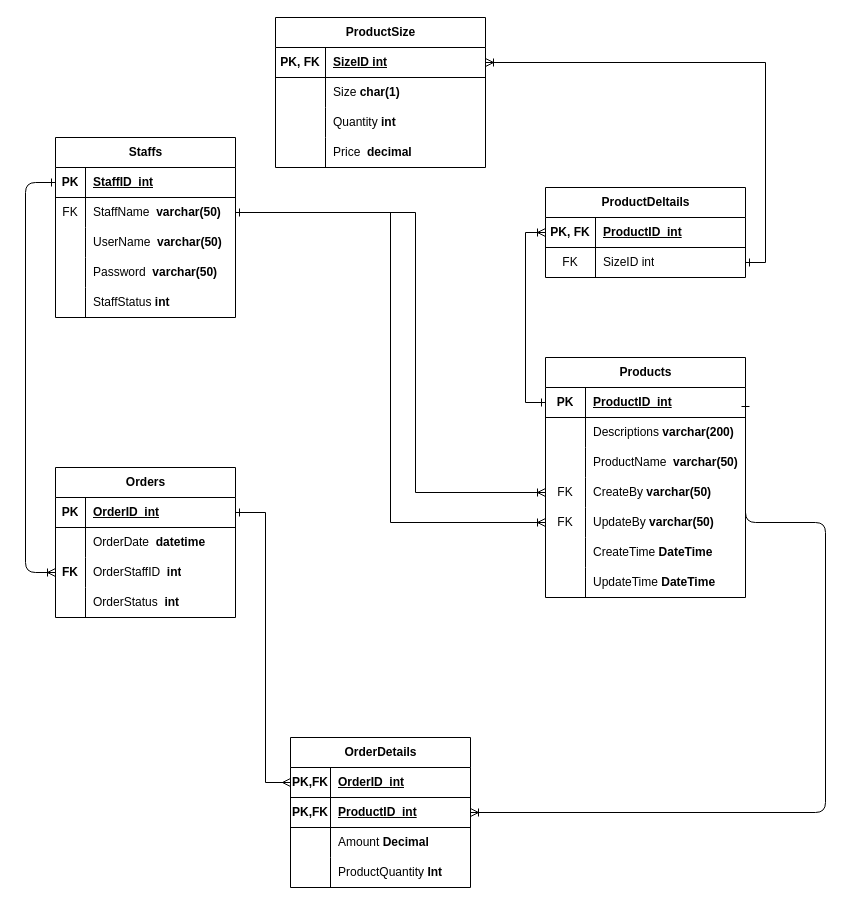
Before: page "ERDPhysic" (2 of 2) of Diagram/Entity_Relationship_Diagram/ERD1.drawio in NDuc-Dev/Project-1, a draw.io diagram. Source tidied: cells renumbered, new cells numbered last; positions are measured from the earlier drawing's top-left corner, leaving out a move shared by most shapes. Both pictures are drawn from the tidied source at 100%, with x=0, y=0 at pixel (25, 17).
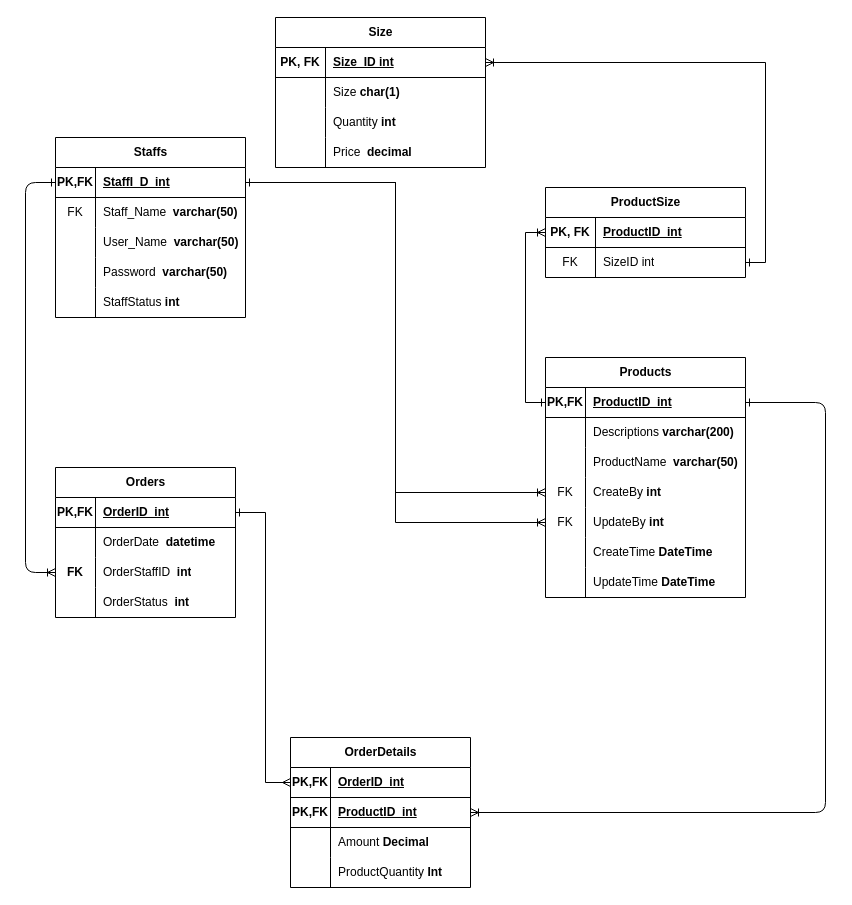
The same diagram, later.

The change refers to these unchanged cells:
```xml
<mxCell id="3" style="shape=tableRow;horizontal=0;startSize=0;swimlaneHead=0;swimlaneBody=0;fillColor=none;points=[[0,0.5],[1,0.5]];portConstraint=eastwest;top=0;left=0;right=0;bottom=1;" parent="2" vertex="1">
  <mxGeometry y="30" width="200" height="30" as="geometry" />
</mxCell>
<mxCell id="12" style="shape=tableRow;horizontal=0;startSize=0;swimlaneHead=0;swimlaneBody=0;fillColor=none;points=[[0,0.5],[1,0.5]];portConstraint=eastwest;top=0;left=0;right=0;bottom=0;" parent="2" vertex="1">
  <mxGeometry y="120" width="200" height="30" as="geometry" />
</mxCell>
<mxCell id="15" style="shape=tableRow;horizontal=0;startSize=0;swimlaneHead=0;swimlaneBody=0;fillColor=none;points=[[0,0.5],[1,0.5]];portConstraint=eastwest;top=0;left=0;right=0;bottom=0;" parent="2" vertex="1">
  <mxGeometry y="150" width="200" height="30" as="geometry" />
</mxCell>
<mxCell id="41" style="shape=tableRow;horizontal=0;startSize=0;swimlaneHead=0;swimlaneBody=0;fillColor=none;points=[[0,0.5],[1,0.5]];portConstraint=eastwest;top=0;left=0;right=0;bottom=1;" parent="40" vertex="1">
  <mxGeometry y="30" width="180" height="30" as="geometry" />
</mxCell>
<mxCell id="44" style="shape=tableRow;horizontal=0;startSize=0;swimlaneHead=0;swimlaneBody=0;fillColor=none;top=0;left=0;right=0;bottom=0;" parent="40" vertex="1">
  <mxGeometry y="60" width="180" height="30" as="geometry" />
</mxCell>
<mxCell id="47" style="shape=tableRow;horizontal=0;startSize=0;swimlaneHead=0;swimlaneBody=0;fillColor=none;points=[[0,0.5],[1,0.5]];portConstraint=eastwest;top=0;left=0;right=0;bottom=0;" parent="40" vertex="1">
  <mxGeometry y="90" width="180" height="30" as="geometry" />
</mxCell>
<mxCell id="50" style="shape=tableRow;horizontal=0;startSize=0;swimlaneHead=0;swimlaneBody=0;fillColor=none;top=0;left=0;right=0;bottom=0;" parent="40" vertex="1">
  <mxGeometry y="120" width="180" height="30" as="geometry" />
</mxCell>
<mxCell id="57" style="shape=tableRow;horizontal=0;startSize=0;swimlaneHead=0;swimlaneBody=0;fillColor=none;points=[[0,0.5],[1,0.5]];portConstraint=eastwest;top=0;left=0;right=0;bottom=1;" parent="53" vertex="1">
  <mxGeometry y="60" width="180" height="30" as="geometry" />
</mxCell>
<mxCell id="68" style="shape=tableRow;horizontal=0;startSize=0;swimlaneHead=0;swimlaneBody=0;fillColor=none;points=[[0,0.5],[1,0.5]];portConstraint=eastwest;top=0;left=0;right=0;bottom=1;" parent="67" vertex="1">
  <mxGeometry y="30" width="210" height="30" as="geometry" />
</mxCell>
```

The edit, as a diff of the source:
```diff
@@
-    <mxCell id="4" value="PK" style="shape=partialRectangle;fillColor=none;top=0;left=0;bottom=0;right=0;fontStyle=1;overflow=hidden;whiteSpace=wrap;html=1;" parent="3" vertex="1">
+    <mxCell id="4" value="PK,FK" style="shape=partialRectangle;fillColor=none;top=0;left=0;bottom=0;right=0;fontStyle=1;overflow=hidden;whiteSpace=wrap;html=1;" parent="3" vertex="1">
       <mxGeometry width="40" height="30" as="geometry" />
     </mxCell>
@@
-    <mxCell id="14" value="CreateBy &lt;b&gt;varchar(50)&lt;/b&gt;" style="shape=partialRectangle;fillColor=none;top=0;left=0;bottom=0;right=0;align=left;spacingLeft=6;overflow=hidden;whiteSpace=wrap;html=1;" parent="12" vertex="1">
+    <mxCell id="14" value="CreateBy &lt;b&gt;int&lt;/b&gt;" style="shape=partialRectangle;fillColor=none;top=0;left=0;bottom=0;right=0;align=left;spacingLeft=6;overflow=hidden;whiteSpace=wrap;html=1;" parent="12" vertex="1">
       <mxGeometry x="40" width="160" height="30" as="geometry" />
     </mxCell>
@@
-    <mxCell id="17" value="UpdateBy &lt;b&gt;varchar(50)&lt;/b&gt;" style="shape=partialRectangle;fillColor=none;top=0;left=0;bottom=0;right=0;align=left;spacingLeft=6;overflow=hidden;whiteSpace=wrap;html=1;" parent="15" vertex="1">
+    <mxCell id="17" value="UpdateBy &lt;b&gt;int&lt;/b&gt;" style="shape=partialRectangle;fillColor=none;top=0;left=0;bottom=0;right=0;align=left;spacingLeft=6;overflow=hidden;whiteSpace=wrap;html=1;" parent="15" vertex="1">
       <mxGeometry x="40" width="160" height="30" as="geometry" />
     </mxCell>
@@
     <mxCell id="24" value="Staffs" style="shape=table;startSize=30;childLayout=tableLayout;rowLines=0;fontStyle=1;align=center;html=1;" parent="1" vertex="1">
-      <mxGeometry x="30" y="120" width="180" height="180" as="geometry" />
+      <mxGeometry x="30" y="120" width="190" height="180" as="geometry" />
     </mxCell>
     <mxCell id="25" style="shape=tableRow;horizontal=0;startSize=0;swimlaneHead=0;swimlaneBody=0;fillColor=none;points=[[0,0.5],[1,0.5]];portConstraint=eastwest;top=0;left=0;right=0;bottom=1;" parent="24" vertex="1">
-      <mxGeometry y="30" width="180" height="30" as="geometry" />
+      <mxGeometry y="30" width="190" height="30" as="geometry" />
     </mxCell>
-    <mxCell id="26" value="PK" style="shape=partialRectangle;fillColor=none;top=0;left=0;bottom=0;right=0;fontStyle=1;overflow=hidden;whiteSpace=wrap;html=1;" parent="25" vertex="1">
-      <mxGeometry width="30" height="30" as="geometry" />
+    <mxCell id="26" value="PK,FK" style="shape=partialRectangle;fillColor=none;top=0;left=0;bottom=0;right=0;fontStyle=1;overflow=hidden;whiteSpace=wrap;html=1;" parent="25" vertex="1">
+      <mxGeometry width="40" height="30" as="geometry" />
     </mxCell>
-    <mxCell id="27" value="StaffID&amp;nbsp; int" style="shape=partialRectangle;fillColor=none;top=0;left=0;bottom=0;right=0;align=left;spacingLeft=6;fontStyle=5;overflow=hidden;whiteSpace=wrap;html=1;" parent="25" vertex="1">
-      <mxGeometry x="30" width="150" height="30" as="geometry" />
+    <mxCell id="27" value="StaffI_D&amp;nbsp; int" style="shape=partialRectangle;fillColor=none;top=0;left=0;bottom=0;right=0;align=left;spacingLeft=6;fontStyle=5;overflow=hidden;whiteSpace=wrap;html=1;" parent="25" vertex="1">
+      <mxGeometry x="40" width="150" height="30" as="geometry" />
     </mxCell>
     <mxCell id="28" style="shape=tableRow;horizontal=0;startSize=0;swimlaneHead=0;swimlaneBody=0;fillColor=none;points=[[0,0.5],[1,0.5]];portConstraint=eastwest;top=0;left=0;right=0;bottom=0;" parent="24" vertex="1">
-      <mxGeometry y="60" width="180" height="30" as="geometry" />
+      <mxGeometry y="60" width="190" height="30" as="geometry" />
     </mxCell>
     <mxCell id="29" value="FK" style="shape=partialRectangle;fillColor=none;top=0;left=0;bottom=0;right=0;overflow=hidden;whiteSpace=wrap;html=1;" parent="28" vertex="1">
-      <mxGeometry width="30" height="30" as="geometry" />
+      <mxGeometry width="40" height="30" as="geometry" />
     </mxCell>
-    <mxCell id="30" value="StaffName&amp;nbsp; &lt;b&gt;varchar(50)&lt;/b&gt;" style="shape=partialRectangle;fillColor=none;top=0;left=0;bottom=0;right=0;align=left;spacingLeft=6;overflow=hidden;whiteSpace=wrap;html=1;" parent="28" vertex="1">
-      <mxGeometry x="30" width="150" height="30" as="geometry" />
+    <mxCell id="30" value="Staff_Name&amp;nbsp; &lt;b&gt;varchar(50)&lt;/b&gt;" style="shape=partialRectangle;fillColor=none;top=0;left=0;bottom=0;right=0;align=left;spacingLeft=6;overflow=hidden;whiteSpace=wrap;html=1;" parent="28" vertex="1">
+      <mxGeometry x="40" width="150" height="30" as="geometry" />
     </mxCell>
     <mxCell id="31" style="shape=tableRow;horizontal=0;startSize=0;swimlaneHead=0;swimlaneBody=0;fillColor=none;top=0;left=0;right=0;bottom=0;" parent="24" vertex="1">
-      <mxGeometry y="90" width="180" height="30" as="geometry" />
+      <mxGeometry y="90" width="190" height="30" as="geometry" />
     </mxCell>
     <mxCell id="32" style="shape=partialRectangle;fillColor=none;top=0;left=0;bottom=0;right=0;overflow=hidden;whiteSpace=wrap;html=1;" parent="31" vertex="1">
-      <mxGeometry width="30" height="30" as="geometry" />
+      <mxGeometry width="40" height="30" as="geometry" />
     </mxCell>
-    <mxCell id="33" value="UserName&amp;nbsp; &lt;b&gt;varchar(50)&lt;/b&gt;" style="shape=partialRectangle;fillColor=none;top=0;left=0;bottom=0;right=0;align=left;spacingLeft=6;overflow=hidden;whiteSpace=wrap;html=1;" parent="31" vertex="1">
-      <mxGeometry x="30" width="150" height="30" as="geometry" />
+    <mxCell id="33" value="User_Name&amp;nbsp; &lt;b&gt;varchar(50)&lt;/b&gt;" style="shape=partialRectangle;fillColor=none;top=0;left=0;bottom=0;right=0;align=left;spacingLeft=6;overflow=hidden;whiteSpace=wrap;html=1;" parent="31" vertex="1">
+      <mxGeometry x="40" width="150" height="30" as="geometry" />
     </mxCell>
     <mxCell id="34" style="shape=tableRow;horizontal=0;startSize=0;swimlaneHead=0;swimlaneBody=0;fillColor=none;top=0;left=0;right=0;bottom=0;" parent="24" vertex="1">
-      <mxGeometry y="120" width="180" height="30" as="geometry" />
+      <mxGeometry y="120" width="190" height="30" as="geometry" />
     </mxCell>
     <mxCell id="35" style="shape=partialRectangle;fillColor=none;top=0;left=0;bottom=0;right=0;overflow=hidden;whiteSpace=wrap;html=1;" parent="34" vertex="1">
-      <mxGeometry width="30" height="30" as="geometry" />
+      <mxGeometry width="40" height="30" as="geometry" />
     </mxCell>
     <mxCell id="36" value="Password&amp;nbsp; &lt;b&gt;varchar(50)&lt;/b&gt;" style="shape=partialRectangle;fillColor=none;top=0;left=0;bottom=0;right=0;align=left;spacingLeft=6;overflow=hidden;whiteSpace=wrap;html=1;" parent="34" vertex="1">
-      <mxGeometry x="30" width="150" height="30" as="geometry" />
+      <mxGeometry x="40" width="150" height="30" as="geometry" />
     </mxCell>
     <mxCell id="37" style="shape=tableRow;horizontal=0;startSize=0;swimlaneHead=0;swimlaneBody=0;fillColor=none;top=0;left=0;right=0;bottom=0;" parent="24" vertex="1">
-      <mxGeometry y="150" width="180" height="30" as="geometry" />
+      <mxGeometry y="150" width="190" height="30" as="geometry" />
     </mxCell>
     <mxCell id="38" style="shape=partialRectangle;fillColor=none;top=0;left=0;bottom=0;right=0;overflow=hidden;whiteSpace=wrap;html=1;" parent="37" vertex="1">
-      <mxGeometry width="30" height="30" as="geometry" />
+      <mxGeometry width="40" height="30" as="geometry" />
     </mxCell>
     <mxCell id="39" value="StaffStatus &lt;b&gt;int&lt;/b&gt;" style="shape=partialRectangle;fillColor=none;top=0;left=0;bottom=0;right=0;align=left;spacingLeft=6;overflow=hidden;whiteSpace=wrap;html=1;" parent="37" vertex="1">
-      <mxGeometry x="30" width="150" height="30" as="geometry" />
+      <mxGeometry x="40" width="150" height="30" as="geometry" />
     </mxCell>
@@
-    <mxCell id="42" value="PK" style="shape=partialRectangle;fillColor=none;top=0;left=0;bottom=0;right=0;fontStyle=1;overflow=hidden;whiteSpace=wrap;html=1;" parent="41" vertex="1">
-      <mxGeometry width="30" height="30" as="geometry" />
+    <mxCell id="42" value="PK,FK" style="shape=partialRectangle;fillColor=none;top=0;left=0;bottom=0;right=0;fontStyle=1;overflow=hidden;whiteSpace=wrap;html=1;" parent="41" vertex="1">
+      <mxGeometry width="40" height="30" as="geometry" />
     </mxCell>
     <mxCell id="43" value="OrderID&amp;nbsp; int" style="shape=partialRectangle;fillColor=none;top=0;left=0;bottom=0;right=0;align=left;spacingLeft=6;fontStyle=5;overflow=hidden;whiteSpace=wrap;html=1;" parent="41" vertex="1">
-      <mxGeometry x="30" width="150" height="30" as="geometry" />
+      <mxGeometry x="40" width="140" height="30" as="geometry" />
     </mxCell>
@@
     <mxCell id="45" style="shape=partialRectangle;fillColor=none;top=0;left=0;bottom=0;right=0;overflow=hidden;whiteSpace=wrap;html=1;" parent="44" vertex="1">
-      <mxGeometry width="30" height="30" as="geometry" />
+      <mxGeometry width="40" height="30" as="geometry" />
     </mxCell>
     <mxCell id="46" value="OrderDate&amp;nbsp; &lt;b&gt;datetime&lt;/b&gt;" style="shape=partialRectangle;fillColor=none;top=0;left=0;bottom=0;right=0;align=left;spacingLeft=6;overflow=hidden;whiteSpace=wrap;html=1;" parent="44" vertex="1">
-      <mxGeometry x="30" width="150" height="30" as="geometry" />
+      <mxGeometry x="40" width="140" height="30" as="geometry" />
     </mxCell>
@@
     <mxCell id="48" value="&lt;b&gt;FK&lt;/b&gt;" style="shape=partialRectangle;fillColor=none;top=0;left=0;bottom=0;right=0;overflow=hidden;whiteSpace=wrap;html=1;" parent="47" vertex="1">
-      <mxGeometry width="30" height="30" as="geometry" />
+      <mxGeometry width="40" height="30" as="geometry" />
     </mxCell>
     <mxCell id="49" value="OrderStaffID&amp;nbsp; &lt;b&gt;int&lt;/b&gt;" style="shape=partialRectangle;fillColor=none;top=0;left=0;bottom=0;right=0;align=left;spacingLeft=6;overflow=hidden;whiteSpace=wrap;html=1;" parent="47" vertex="1">
-      <mxGeometry x="30" width="150" height="30" as="geometry" />
+      <mxGeometry x="40" width="140" height="30" as="geometry" />
     </mxCell>
@@
     <mxCell id="51" style="shape=partialRectangle;fillColor=none;top=0;left=0;bottom=0;right=0;overflow=hidden;whiteSpace=wrap;html=1;" parent="50" vertex="1">
-      <mxGeometry width="30" height="30" as="geometry" />
+      <mxGeometry width="40" height="30" as="geometry" />
     </mxCell>
     <mxCell id="52" value="OrderStatus&amp;nbsp; &lt;b&gt;int&lt;/b&gt;" style="shape=partialRectangle;fillColor=none;top=0;left=0;bottom=0;right=0;align=left;spacingLeft=6;overflow=hidden;whiteSpace=wrap;html=1;" parent="50" vertex="1">
-      <mxGeometry x="30" width="150" height="30" as="geometry" />
+      <mxGeometry x="40" width="140" height="30" as="geometry" />
     </mxCell>
@@
-    <mxCell id="67" value="ProductSize" style="shape=table;startSize=30;childLayout=tableLayout;rowLines=0;fontStyle=1;align=center;html=1;" parent="1" vertex="1">
+    <mxCell id="67" value="Size" style="shape=table;startSize=30;childLayout=tableLayout;rowLines=0;fontStyle=1;align=center;html=1;" parent="1" vertex="1">
       <mxGeometry x="250" width="210" height="150" as="geometry" />
     </mxCell>
@@
-    <mxCell id="70" value="SizeID int" style="shape=partialRectangle;fillColor=none;top=0;left=0;bottom=0;right=0;align=left;spacingLeft=6;fontStyle=5;overflow=hidden;whiteSpace=wrap;html=1;" parent="68" vertex="1">
+    <mxCell id="70" value="Size_ID int" style="shape=partialRectangle;fillColor=none;top=0;left=0;bottom=0;right=0;align=left;spacingLeft=6;fontStyle=5;overflow=hidden;whiteSpace=wrap;html=1;" parent="68" vertex="1">
       <mxGeometry x="50" width="160" height="30" as="geometry" />
     </mxCell>
@@
     <mxCell id="80" style="edgeStyle=orthogonalEdgeStyle;html=1;exitX=1;exitY=0.5;exitDx=0;exitDy=0;entryX=1;entryY=0.5;entryDx=0;entryDy=0;startArrow=ERoneToMany;startFill=0;endArrow=ERone;endFill=0;" parent="1" edge="1" source="57" target="3">
       <mxGeometry relative="1" as="geometry">
         <Array as="points">
           <mxPoint x="800" y="795" />
-          <mxPoint x="800" y="505" />
+          <mxPoint x="800" y="385" />
         </Array>
       </mxGeometry>
     </mxCell>
@@
-    <mxCell id="82" value="ProductDeltails" style="shape=table;startSize=30;childLayout=tableLayout;rowLines=0;fontStyle=1;align=center;html=1;" parent="1" vertex="1">
+    <mxCell id="82" value="ProductSize" style="shape=table;startSize=30;childLayout=tableLayout;rowLines=0;fontStyle=1;align=center;html=1;" parent="1" vertex="1">
       <mxGeometry x="520" y="170" width="200" height="90" as="geometry" />
     </mxCell>
@@
-    <mxCell id="91" style="edgeStyle=orthogonalEdgeStyle;rounded=0;jettySize=auto;html=1;exitX=1;exitY=0.5;exitDx=0;exitDy=0;entryX=0;entryY=0.5;entryDx=0;entryDy=0;startArrow=ERone;startFill=0;endArrow=ERoneToMany;endFill=0;" parent="1" edge="1" source="28" target="12">
-      <mxGeometry relative="1" as="geometry">
-        <Array as="points">
-          <mxPoint x="390" y="195" />
-          <mxPoint x="390" y="475" />
-        </Array>
-      </mxGeometry>
-    </mxCell>
-    <mxCell id="92" style="edgeStyle=orthogonalEdgeStyle;rounded=0;jettySize=auto;html=1;entryX=0;entryY=0.5;entryDx=0;entryDy=0;endArrow=ERoneToMany;endFill=0;" parent="1" edge="1" source="28" target="15">
-      <mxGeometry relative="1" as="geometry" />
-    </mxCell>
+    <mxCell id="93" style="edgeStyle=orthogonalEdgeStyle;rounded=0;jettySize=auto;html=1;exitX=1;exitY=0.5;exitDx=0;exitDy=0;entryX=0;entryY=0.5;entryDx=0;entryDy=0;endArrow=ERoneToMany;endFill=0;" parent="1" edge="1" source="25" target="12">
+      <mxGeometry relative="1" as="geometry" />
+    </mxCell>
+    <mxCell id="94" style="edgeStyle=orthogonalEdgeStyle;rounded=0;jettySize=auto;html=1;exitX=1;exitY=0.5;exitDx=0;exitDy=0;entryX=0;entryY=0.5;entryDx=0;entryDy=0;startArrow=ERone;startFill=0;endArrow=ERoneToMany;endFill=0;" parent="1" edge="1" source="25" target="15">
+      <mxGeometry relative="1" as="geometry" />
+    </mxCell>
```
